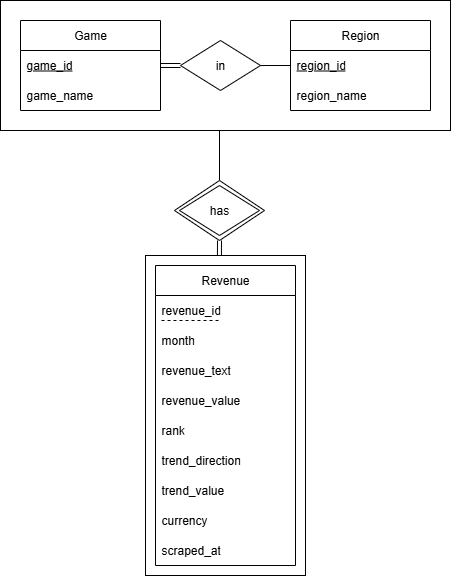
wargabasdat/Seleksi-2025-Tugas-1 keeps this draw.io diagram as Data Storing/design/erd_seleksi_basdat.drawio.png. Above is the earlier version. Source tidied: cells renumbered, new cells last; positions are measured from the earlier drawing's top-left corner, leaving out a move shared by most shapes.
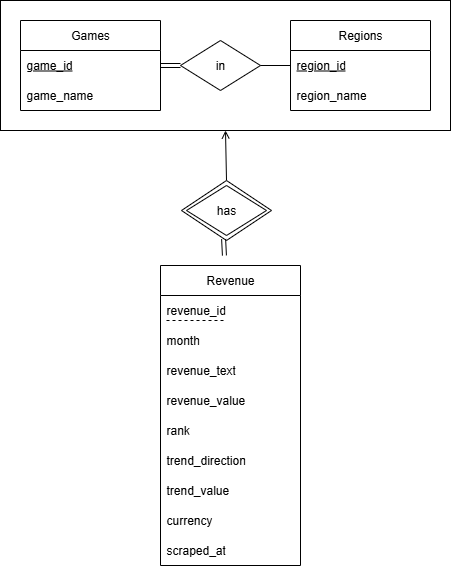
Later version of the same file.

The edit, as a diff of the source:
```diff
@@ -5,87 +5,86 @@
     <mxCell id="2" style="rounded=0;whiteSpace=wrap;html=1;" parent="1" vertex="1">
       <mxGeometry width="450" height="130" as="geometry" />
     </mxCell>
-    <mxCell id="3" style="edgeStyle=orthogonalEdgeStyle;rounded=0;jettySize=auto;html=1;exitX=0.5;exitY=0;exitDx=0;exitDy=0;entryX=0.5;entryY=1;entryDx=0;entryDy=0;endArrow=none;endFill=0;" parent="1" edge="1" source="4" target="2">
+    <mxCell id="3" style="edgeStyle=orthogonalEdgeStyle;rounded=0;jettySize=auto;html=1;exitX=0.5;exitY=0;exitDx=0;exitDy=0;entryX=0.5;entryY=1;entryDx=0;entryDy=0;endArrow=open;endFill=0;" parent="1" edge="1" source="4" target="2">
       <mxGeometry relative="1" as="geometry">
         <Array as="points">
-          <mxPoint x="219" y="130" />
+          <mxPoint x="225" y="180" />
         </Array>
       </mxGeometry>
     </mxCell>
     <mxCell id="4" style="rhombus;whiteSpace=wrap;html=1;" parent="1" vertex="1">
-      <mxGeometry x="174" y="180" width="90" height="60" as="geometry" />
+      <mxGeometry x="181" y="180" width="90" height="60" as="geometry" />
     </mxCell>
-    <mxCell id="5" style="rounded=0;whiteSpace=wrap;html=1;" parent="1" vertex="1">
-      <mxGeometry x="145" y="255" width="160" height="320" as="geometry" />
+    <mxCell id="5" value="Regions" style="swimlane;fontStyle=0;horizontal=1;startSize=30;whiteSpace=wrap;html=1;" parent="1" vertex="1">
+      <mxGeometry x="290" y="20" width="140" height="90" as="geometry" />
     </mxCell>
-    <mxCell id="6" value="Region" style="swimlane;fontStyle=0;horizontal=1;startSize=30;whiteSpace=wrap;html=1;" parent="1" vertex="1">
-      <mxGeometry x="290" y="20" width="140" height="90" as="geometry" />
+    <mxCell id="6" value="&lt;u&gt;region_id&lt;/u&gt;" style="text;strokeColor=none;fillColor=none;align=left;verticalAlign=middle;spacingLeft=4;spacingRight=4;overflow=hidden;points=[[0,0.5],[1,0.5]];portConstraint=eastwest;whiteSpace=wrap;html=1;" parent="5" vertex="1">
+      <mxGeometry y="30" width="140" height="30" as="geometry" />
     </mxCell>
-    <mxCell id="7" value="&lt;u&gt;region_id&lt;/u&gt;" style="text;strokeColor=none;fillColor=none;align=left;verticalAlign=middle;spacingLeft=4;spacingRight=4;overflow=hidden;points=[[0,0.5],[1,0.5]];portConstraint=eastwest;whiteSpace=wrap;html=1;" parent="6" vertex="1">
-      <mxGeometry y="30" width="140" height="30" as="geometry" />
+    <mxCell id="7" value="region_name" style="text;strokeColor=none;fillColor=none;align=left;verticalAlign=middle;spacingLeft=4;spacingRight=4;overflow=hidden;points=[[0,0.5],[1,0.5]];portConstraint=eastwest;whiteSpace=wrap;html=1;" parent="5" vertex="1">
+      <mxGeometry y="60" width="140" height="30" as="geometry" />
     </mxCell>
-    <mxCell id="8" value="region_name" style="text;strokeColor=none;fillColor=none;align=left;verticalAlign=middle;spacingLeft=4;spacingRight=4;overflow=hidden;whiteSpace=wrap;html=1;" parent="6" vertex="1">
-      <mxGeometry y="60" width="140" height="30" as="geometry" />
+    <mxCell id="8" value="Games" style="swimlane;fontStyle=0;horizontal=1;startSize=30;whiteSpace=wrap;html=1;" parent="1" vertex="1">
+      <mxGeometry x="20" y="20" width="140" height="90" as="geometry" />
     </mxCell>
-    <mxCell id="9" value="Game" style="swimlane;fontStyle=0;horizontal=1;startSize=30;whiteSpace=wrap;html=1;" parent="1" vertex="1">
-      <mxGeometry x="20" y="20" width="140" height="90" as="geometry" />
+    <mxCell id="9" value="&lt;u&gt;game_id&lt;/u&gt;" style="text;strokeColor=none;fillColor=none;align=left;verticalAlign=middle;spacingLeft=4;spacingRight=4;overflow=hidden;points=[[0,0.5],[1,0.5]];portConstraint=eastwest;whiteSpace=wrap;html=1;" parent="8" vertex="1">
+      <mxGeometry y="30" width="140" height="30" as="geometry" />
     </mxCell>
-    <mxCell id="10" value="&lt;u&gt;game_id&lt;/u&gt;" style="text;strokeColor=none;fillColor=none;align=left;verticalAlign=middle;spacingLeft=4;spacingRight=4;overflow=hidden;points=[[0,0.5],[1,0.5]];portConstraint=eastwest;whiteSpace=wrap;html=1;" parent="9" vertex="1">
-      <mxGeometry y="30" width="140" height="30" as="geometry" />
+    <mxCell id="10" value="game_name" style="text;strokeColor=none;fillColor=none;align=left;verticalAlign=middle;spacingLeft=4;spacingRight=4;overflow=hidden;points=[[0,0.5],[1,0.5]];portConstraint=eastwest;whiteSpace=wrap;html=1;" parent="8" vertex="1">
+      <mxGeometry y="60" width="140" height="30" as="geometry" />
     </mxCell>
-    <mxCell id="11" value="game_name" style="text;strokeColor=none;fillColor=none;align=left;verticalAlign=middle;spacingLeft=4;spacingRight=4;overflow=hidden;whiteSpace=wrap;html=1;" parent="9" vertex="1">
-      <mxGeometry y="60" width="140" height="30" as="geometry" />
+    <mxCell id="11" value="Revenue" style="swimlane;fontStyle=0;horizontal=1;startSize=30;whiteSpace=wrap;html=1;" parent="1" vertex="1">
+      <mxGeometry x="160" y="265" width="140" height="300" as="geometry" />
     </mxCell>
-    <mxCell id="12" value="Revenue" style="swimlane;fontStyle=0;horizontal=1;startSize=30;whiteSpace=wrap;html=1;" parent="1" vertex="1">
-      <mxGeometry x="155" y="265" width="140" height="300" as="geometry" />
+    <mxCell id="12" value="revenue_id" style="text;strokeColor=none;fillColor=none;align=left;verticalAlign=middle;spacingLeft=4;spacingRight=4;overflow=hidden;whiteSpace=wrap;html=1;" parent="11" vertex="1">
+      <mxGeometry y="30" width="140" height="30" as="geometry" />
     </mxCell>
-    <mxCell id="13" value="revenue_id" style="text;strokeColor=none;fillColor=none;align=left;verticalAlign=middle;spacingLeft=4;spacingRight=4;overflow=hidden;whiteSpace=wrap;html=1;" parent="12" vertex="1">
-      <mxGeometry y="30" width="140" height="30" as="geometry" />
+    <mxCell id="13" style="endArrow=none;dashed=1;html=1;rounded=0;" parent="11" edge="1">
+      <mxGeometry relative="1" as="geometry">
+        <mxPoint x="6" y="55" as="sourcePoint" />
+        <mxPoint x="66" y="55" as="targetPoint" />
+      </mxGeometry>
     </mxCell>
-    <mxCell id="14" style="endArrow=none;dashed=1;html=1;rounded=0;" parent="12" edge="1">
-      <mxGeometry relative="1" as="geometry">
-        <mxPoint x="6" y="55" as="sourcePoint" />
-        <mxPoint x="66" y="55" as="targetPoint" />
-      </mxGeometry>
+    <mxCell id="14" value="month" style="text;strokeColor=none;fillColor=none;align=left;verticalAlign=middle;spacingLeft=4;spacingRight=4;overflow=hidden;whiteSpace=wrap;html=1;" parent="11" vertex="1">
+      <mxGeometry y="60" width="140" height="30" as="geometry" />
     </mxCell>
-    <mxCell id="15" value="month" style="text;strokeColor=none;fillColor=none;align=left;verticalAlign=middle;spacingLeft=4;spacingRight=4;overflow=hidden;whiteSpace=wrap;html=1;" parent="12" vertex="1">
-      <mxGeometry y="60" width="140" height="30" as="geometry" />
+    <mxCell id="15" value="revenue_text" style="text;strokeColor=none;fillColor=none;align=left;verticalAlign=middle;spacingLeft=4;spacingRight=4;overflow=hidden;whiteSpace=wrap;html=1;" parent="11" vertex="1">
+      <mxGeometry y="90" width="140" height="30" as="geometry" />
     </mxCell>
-    <mxCell id="16" value="revenue_text" style="text;strokeColor=none;fillColor=none;align=left;verticalAlign=middle;spacingLeft=4;spacingRight=4;overflow=hidden;whiteSpace=wrap;html=1;" parent="12" vertex="1">
-      <mxGeometry y="90" width="140" height="30" as="geometry" />
+    <mxCell id="16" value="revenue_value" style="text;strokeColor=none;fillColor=none;align=left;verticalAlign=middle;spacingLeft=4;spacingRight=4;overflow=hidden;whiteSpace=wrap;html=1;" parent="11" vertex="1">
+      <mxGeometry y="120" width="140" height="30" as="geometry" />
     </mxCell>
-    <mxCell id="17" value="revenue_value" style="text;strokeColor=none;fillColor=none;align=left;verticalAlign=middle;spacingLeft=4;spacingRight=4;overflow=hidden;whiteSpace=wrap;html=1;" parent="12" vertex="1">
-      <mxGeometry y="120" width="140" height="30" as="geometry" />
+    <mxCell id="17" value="rank" style="text;strokeColor=none;fillColor=none;align=left;verticalAlign=middle;spacingLeft=4;spacingRight=4;overflow=hidden;whiteSpace=wrap;html=1;" parent="11" vertex="1">
+      <mxGeometry y="150" width="140" height="30" as="geometry" />
     </mxCell>
-    <mxCell id="18" value="rank" style="text;strokeColor=none;fillColor=none;align=left;verticalAlign=middle;spacingLeft=4;spacingRight=4;overflow=hidden;whiteSpace=wrap;html=1;" parent="12" vertex="1">
-      <mxGeometry y="150" width="140" height="30" as="geometry" />
+    <mxCell id="18" value="trend_direction" style="text;strokeColor=none;fillColor=none;align=left;verticalAlign=middle;spacingLeft=4;spacingRight=4;overflow=hidden;whiteSpace=wrap;html=1;" parent="11" vertex="1">
+      <mxGeometry y="180" width="140" height="30" as="geometry" />
     </mxCell>
-    <mxCell id="19" value="trend_direction" style="text;strokeColor=none;fillColor=none;align=left;verticalAlign=middle;spacingLeft=4;spacingRight=4;overflow=hidden;whiteSpace=wrap;html=1;" parent="12" vertex="1">
-      <mxGeometry y="180" width="140" height="30" as="geometry" />
+    <mxCell id="19" value="trend_value" style="text;strokeColor=none;fillColor=none;align=left;verticalAlign=middle;spacingLeft=4;spacingRight=4;overflow=hidden;whiteSpace=wrap;html=1;" parent="11" vertex="1">
+      <mxGeometry y="210" width="140" height="30" as="geometry" />
     </mxCell>
-    <mxCell id="20" value="trend_value" style="text;strokeColor=none;fillColor=none;align=left;verticalAlign=middle;spacingLeft=4;spacingRight=4;overflow=hidden;whiteSpace=wrap;html=1;" parent="12" vertex="1">
-      <mxGeometry y="210" width="140" height="30" as="geometry" />
+    <mxCell id="20" value="currency" style="text;strokeColor=none;fillColor=none;align=left;verticalAlign=middle;spacingLeft=4;spacingRight=4;overflow=hidden;whiteSpace=wrap;html=1;" parent="11" vertex="1">
+      <mxGeometry y="240" width="140" height="30" as="geometry" />
     </mxCell>
-    <mxCell id="21" value="currency" style="text;strokeColor=none;fillColor=none;align=left;verticalAlign=middle;spacingLeft=4;spacingRight=4;overflow=hidden;whiteSpace=wrap;html=1;" parent="12" vertex="1">
-      <mxGeometry y="240" width="140" height="30" as="geometry" />
+    <mxCell id="21" value="scraped_at" style="text;strokeColor=none;fillColor=none;align=left;verticalAlign=middle;spacingLeft=4;spacingRight=4;overflow=hidden;whiteSpace=wrap;html=1;" parent="11" vertex="1">
+      <mxGeometry y="270" width="140" height="30" as="geometry" />
     </mxCell>
-    <mxCell id="22" value="scraped_at" style="text;strokeColor=none;fillColor=none;align=left;verticalAlign=middle;spacingLeft=4;spacingRight=4;overflow=hidden;whiteSpace=wrap;html=1;" parent="12" vertex="1">
-      <mxGeometry y="270" width="140" height="30" as="geometry" />
+    <mxCell id="22" value="has" style="rhombus;whiteSpace=wrap;html=1;" parent="1" vertex="1">
+      <mxGeometry x="186" y="185" width="80" height="50" as="geometry" />
     </mxCell>
-    <mxCell id="23" value="has" style="rhombus;whiteSpace=wrap;html=1;" parent="1" vertex="1">
-      <mxGeometry x="179" y="185" width="80" height="50" as="geometry" />
+    <mxCell id="23" style="edgeStyle=orthogonalEdgeStyle;rounded=0;jettySize=auto;html=1;exitX=1;exitY=0.5;exitDx=0;exitDy=0;entryX=0;entryY=0.5;entryDx=0;entryDy=0;endArrow=none;endFill=0;" parent="1" edge="1" source="24" target="6">
+      <mxGeometry relative="1" as="geometry" />
     </mxCell>
-    <mxCell id="24" style="edgeStyle=orthogonalEdgeStyle;rounded=0;jettySize=auto;html=1;exitX=1;exitY=0.5;exitDx=0;exitDy=0;entryX=0;entryY=0.5;entryDx=0;entryDy=0;endArrow=none;endFill=0;" parent="1" edge="1" source="25" target="7">
-      <mxGeometry relative="1" as="geometry" />
+    <mxCell id="24" value="in" style="rhombus;whiteSpace=wrap;html=1;" parent="1" vertex="1">
+      <mxGeometry x="180" y="40" width="80" height="50" as="geometry" />
     </mxCell>
-    <mxCell id="25" value="in" style="rhombus;whiteSpace=wrap;html=1;" parent="1" vertex="1">
-      <mxGeometry x="180" y="40" width="80" height="50" as="geometry" />
+    <mxCell id="25" style="edgeStyle=orthogonalEdgeStyle;rounded=0;jettySize=auto;html=1;exitX=0.468;exitY=0.976;exitDx=0;exitDy=0;entryX=0.462;entryY=0;entryDx=0;entryDy=0;entryPerimeter=0;endArrow=none;endFill=0;shape=link;exitPerimeter=0;" parent="1" edge="1" source="4">
+      <mxGeometry relative="1" as="geometry">
+        <mxPoint x="224" y="255" as="targetPoint" />
+      </mxGeometry>
     </mxCell>
-    <mxCell id="26" style="edgeStyle=orthogonalEdgeStyle;rounded=0;jettySize=auto;html=1;exitX=0.5;exitY=1;exitDx=0;exitDy=0;entryX=0.462;entryY=0;entryDx=0;entryDy=0;entryPerimeter=0;endArrow=none;endFill=0;shape=link;" parent="1" edge="1" source="4" target="5">
+    <mxCell id="26" style="edgeStyle=orthogonalEdgeStyle;rounded=0;jettySize=auto;html=1;entryX=1;entryY=0.5;entryDx=0;entryDy=0;endArrow=none;endFill=0;shape=link;" parent="1" edge="1" source="24" target="9">
       <mxGeometry relative="1" as="geometry" />
     </mxCell>
-    <mxCell id="27" style="edgeStyle=orthogonalEdgeStyle;rounded=0;jettySize=auto;html=1;entryX=1;entryY=0.5;entryDx=0;entryDy=0;endArrow=none;endFill=0;shape=link;" parent="1" edge="1" source="25" target="10">
-      <mxGeometry relative="1" as="geometry" />
-    </mxCell>
   </root>
 </mxGraphModel>
```
